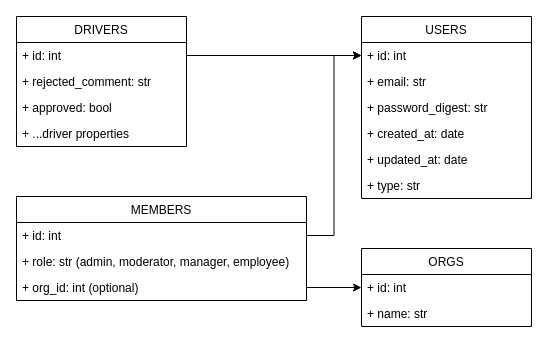
This is data-models/core.drawio from diglit/volunteer-toronto-volunteer-drivers-app, a draw.io file, before an edit. Source tidied: cells renumbered, new cells numbered last; positions are measured from the earlier drawing's top-left corner, leaving out a move shared by most shapes. Both pictures are drawn from the tidied source at 100%, with x=0, y=0 at pixel (16, 16).
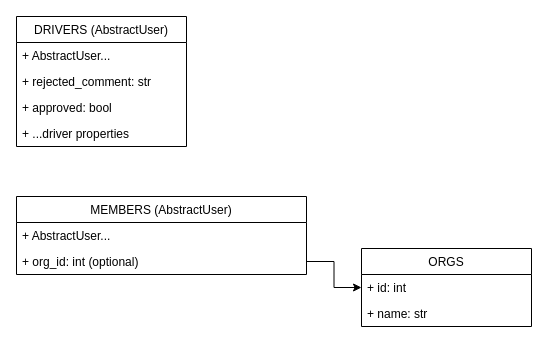
The same diagram, later.

What changed in the source:
```diff
@@
-    <mxCell id="2" value="USERS" style="swimlane;fontStyle=0;horizontal=1;startSize=26;fillColor=none;" parent="1" vertex="1">
-      <mxGeometry x="345" width="170" height="182" as="geometry" />
-    </mxCell>
-    <mxCell id="3" value="+ id: int" style="text;strokeColor=none;fillColor=none;align=left;verticalAlign=top;spacingLeft=4;spacingRight=4;overflow=hidden;points=[[0,0.5],[1,0.5]];portConstraint=eastwest;" parent="2" vertex="1">
-      <mxGeometry y="26" width="170" height="26" as="geometry" />
-    </mxCell>
-    <mxCell id="4" value="+ email: str" style="text;strokeColor=none;fillColor=none;align=left;verticalAlign=top;spacingLeft=4;spacingRight=4;overflow=hidden;" parent="2" vertex="1">
-      <mxGeometry y="52" width="170" height="26" as="geometry" />
-    </mxCell>
-    <mxCell id="5" value="+ password_digest: str" style="text;strokeColor=none;fillColor=none;align=left;verticalAlign=top;spacingLeft=4;spacingRight=4;overflow=hidden;" parent="2" vertex="1">
-      <mxGeometry y="78" width="170" height="26" as="geometry" />
-    </mxCell>
-    <mxCell id="6" value="+ created_at: date" style="text;strokeColor=none;fillColor=none;align=left;verticalAlign=top;spacingLeft=4;spacingRight=4;overflow=hidden;" parent="2" vertex="1">
-      <mxGeometry y="104" width="170" height="26" as="geometry" />
-    </mxCell>
-    <mxCell id="7" value="+ updated_at: date" style="text;strokeColor=none;fillColor=none;align=left;verticalAlign=top;spacingLeft=4;spacingRight=4;overflow=hidden;" parent="2" vertex="1">
-      <mxGeometry y="130" width="170" height="26" as="geometry" />
-    </mxCell>
-    <mxCell id="8" value="+ type: str" style="text;strokeColor=none;fillColor=none;align=left;verticalAlign=top;spacingLeft=4;spacingRight=4;overflow=hidden;" parent="2" vertex="1">
-      <mxGeometry y="156" width="170" height="26" as="geometry" />
-    </mxCell>
-    <mxCell id="9" value="DRIVERS" style="swimlane;fontStyle=0;horizontal=1;startSize=26;fillColor=none;" parent="1" vertex="1">
+    <mxCell id="9" value="DRIVERS (AbstractUser)" style="swimlane;fontStyle=0;horizontal=1;startSize=26;fillColor=none;" parent="1" vertex="1">
       <mxGeometry width="170" height="130" as="geometry" />
     </mxCell>
-    <mxCell id="10" value="+ id: int" style="text;strokeColor=none;fillColor=none;align=left;verticalAlign=top;spacingLeft=4;spacingRight=4;overflow=hidden;points=[[0,0.5],[1,0.5]];portConstraint=eastwest;" parent="9" vertex="1">
+    <mxCell id="10" value="+ AbstractUser..." style="text;strokeColor=none;fillColor=none;align=left;verticalAlign=top;spacingLeft=4;spacingRight=4;overflow=hidden;points=[[0,0.5],[1,0.5]];portConstraint=eastwest;" parent="9" vertex="1">
       <mxGeometry y="26" width="170" height="26" as="geometry" />
     </mxCell>
@@
-    <mxCell id="14" style="edgeStyle=orthogonalEdgeStyle;rounded=0;jettySize=auto;html=1;entryX=0;entryY=0.5;entryDx=0;entryDy=0;" parent="1" edge="1" source="10" target="3">
-      <mxGeometry relative="1" as="geometry" />
-    </mxCell>
-    <mxCell id="15" value="MEMBERS" style="swimlane;fontStyle=0;horizontal=1;startSize=26;fillColor=none;" parent="1" vertex="1">
-      <mxGeometry y="180" width="290" height="104" as="geometry" />
+    <mxCell id="15" value="MEMBERS (AbstractUser)" style="swimlane;fontStyle=0;horizontal=1;startSize=26;fillColor=none;" parent="1" vertex="1">
+      <mxGeometry y="180" width="290" height="78" as="geometry" />
     </mxCell>
-    <mxCell id="16" value="+ id: int" style="text;strokeColor=none;fillColor=none;align=left;verticalAlign=top;spacingLeft=4;spacingRight=4;overflow=hidden;points=[[0,0.5],[1,0.5]];portConstraint=eastwest;" parent="15" vertex="1">
+    <mxCell id="16" value="+ AbstractUser..." style="text;strokeColor=none;fillColor=none;align=left;verticalAlign=top;spacingLeft=4;spacingRight=4;overflow=hidden;points=[[0,0.5],[1,0.5]];portConstraint=eastwest;" parent="15" vertex="1">
       <mxGeometry y="26" width="290" height="26" as="geometry" />
     </mxCell>
-    <mxCell id="17" value="+ role: str (admin, moderator, manager, employee)" style="text;strokeColor=none;fillColor=none;align=left;verticalAlign=top;spacingLeft=4;spacingRight=4;overflow=hidden;" parent="15" vertex="1">
-      <mxGeometry y="52" width="290" height="26" as="geometry" />
-    </mxCell>
     <mxCell id="18" value="+ org_id: int (optional)" style="text;strokeColor=none;fillColor=none;align=left;verticalAlign=top;spacingLeft=4;spacingRight=4;overflow=hidden;points=[[0,0.5],[1,0.5]];portConstraint=eastwest;" parent="15" vertex="1">
-      <mxGeometry y="78" width="290" height="26" as="geometry" />
+      <mxGeometry y="52" width="290" height="26" as="geometry" />
     </mxCell>
-    <mxCell id="19" style="edgeStyle=orthogonalEdgeStyle;rounded=0;jettySize=auto;html=1;entryX=0;entryY=0.5;entryDx=0;entryDy=0;" parent="1" edge="1" source="16" target="3">
-      <mxGeometry relative="1" as="geometry" />
-    </mxCell>
```
